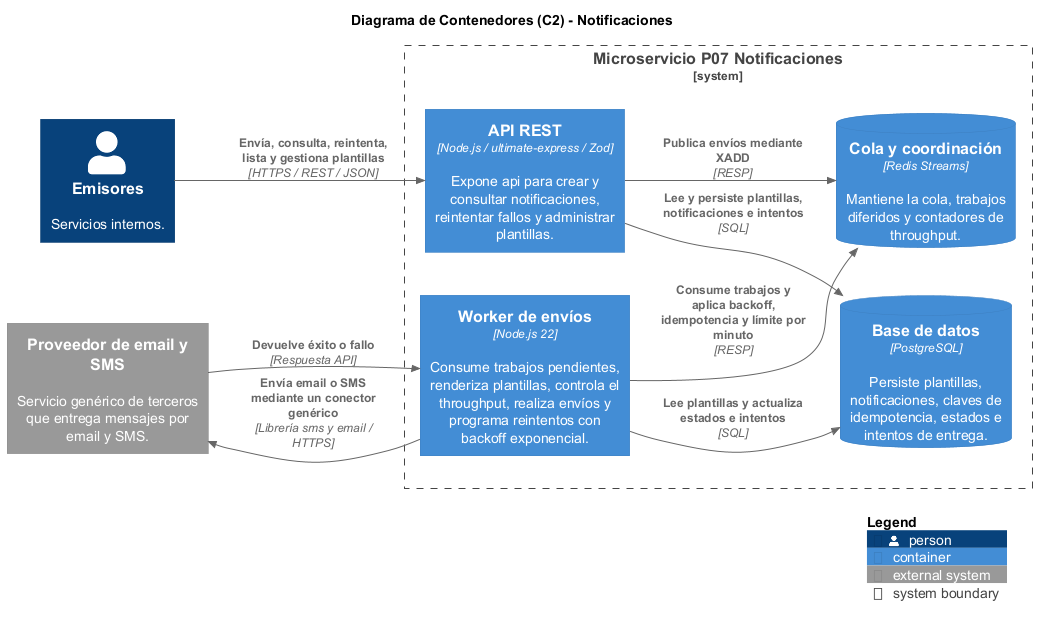
The PlantUML diagram notificaciones-architecture/diagrams/C4/contenedores/notificaciones-02-contenedores.png in Frosmin/tigoBootcamp, before a commit.
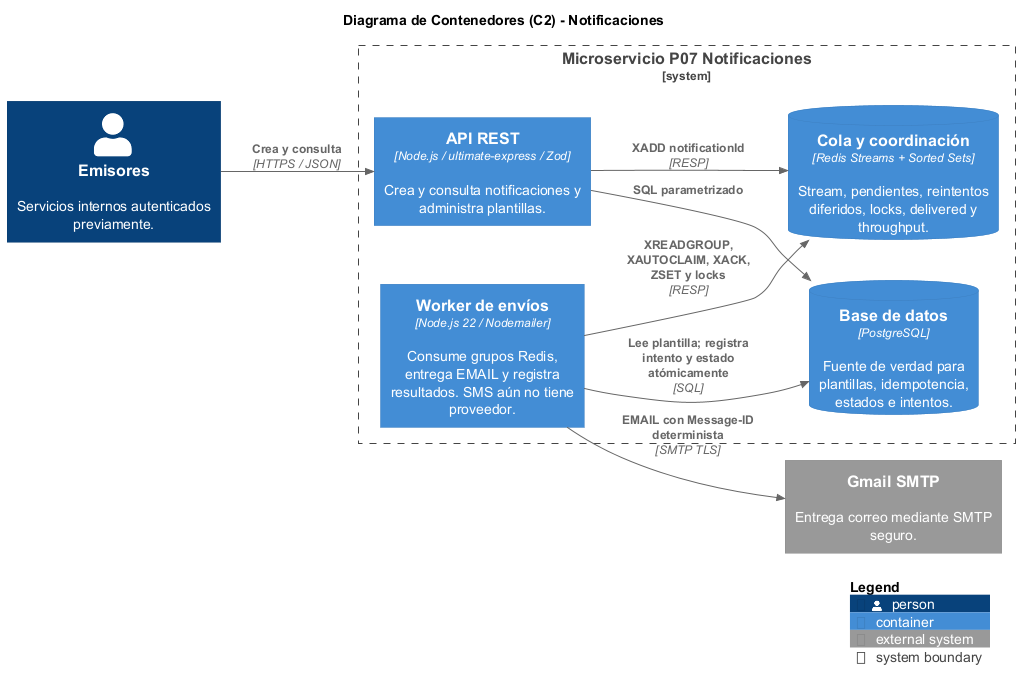
Later version of the same file.

Diff of the diagram source:
```diff
@@ -3,27 +3,24 @@
 !include ../../../../notificaciones-architecture/binariess/C4_Container.puml
 
 LAYOUT_LEFT_RIGHT()
-
 title Diagrama de Contenedores (C2) - Notificaciones
 
-Person(emisores, "Emisores", "Servicios internos.")
-System_Ext(proveedor, "Proveedor de email y SMS", "Servicio genérico de terceros que entrega mensajes por email y SMS.")
+Person(emisores, "Emisores", "Servicios internos autenticados previamente.")
+System_Ext(gmail, "Gmail SMTP", "Entrega correo mediante SMTP seguro.")
 
 System_Boundary(p07, "Microservicio P07 Notificaciones") {
-    Container(api, "API REST", "Node.js / ultimate-express / Zod", "Expone api para crear y consultar notificaciones, reintentar fallos y administrar plantillas.")
-    Container(worker, "Worker de envíos", "Node.js 22", "Consume trabajos pendientes, renderiza plantillas, controla el throughput, realiza envíos y programa reintentos con backoff exponencial.")
-    ContainerDb(db, "Base de datos", "PostgreSQL", "Persiste plantillas, notificaciones, claves de idempotencia, estados e intentos de entrega.")
-    ContainerDb(redis, "Cola y coordinación", "Redis Streams", "Mantiene la cola, trabajos diferidos y contadores de throughput.")
+  Container(api, "API REST", "Node.js / ultimate-express / Zod", "Crea y consulta notificaciones y administra plantillas.")
+  Container(worker, "Worker de envíos", "Node.js 22 / Nodemailer", "Consume grupos Redis, entrega EMAIL y registra resultados. SMS aún no tiene proveedor.")
+  ContainerDb(db, "Base de datos", "PostgreSQL", "Fuente de verdad para plantillas, idempotencia, estados e intentos.")
+  ContainerDb(redis, "Cola y coordinación", "Redis Streams + Sorted Sets", "Stream, pendientes, reintentos diferidos, locks, delivered y throughput.")
 }
 
-Rel(emisores, api, "Envía, consulta, reintenta, lista y gestiona plantillas", "HTTPS / REST / JSON")
-Rel(api, db, "Lee y persiste plantillas, notificaciones e intentos", "SQL")
-Rel(api, redis, "Publica envíos mediante XADD", "RESP")
-
-Rel(worker, redis, "Consume trabajos y aplica backoff, idempotencia y límite por minuto", "RESP")
-Rel(worker, db, "Lee plantillas y actualiza estados e intentos", "SQL")
-Rel(worker, proveedor, "Envía email o SMS mediante un conector genérico", "Librería sms y email / HTTPS")
-Rel(proveedor, worker, "Devuelve éxito o fallo", "Respuesta API")
+Rel(emisores, api, "Crea y consulta", "HTTPS / JSON")
+Rel(api, db, "SQL parametrizado")
+Rel(api, redis, "XADD notificationId", "RESP")
+Rel(worker, redis, "XREADGROUP, XAUTOCLAIM, XACK, ZSET y locks", "RESP")
+Rel(worker, db, "Lee plantilla; registra intento y estado atómicamente", "SQL")
+Rel(worker, gmail, "EMAIL con Message-ID determinista", "SMTP TLS")
 
 SHOW_LEGEND()
 @enduml
```
